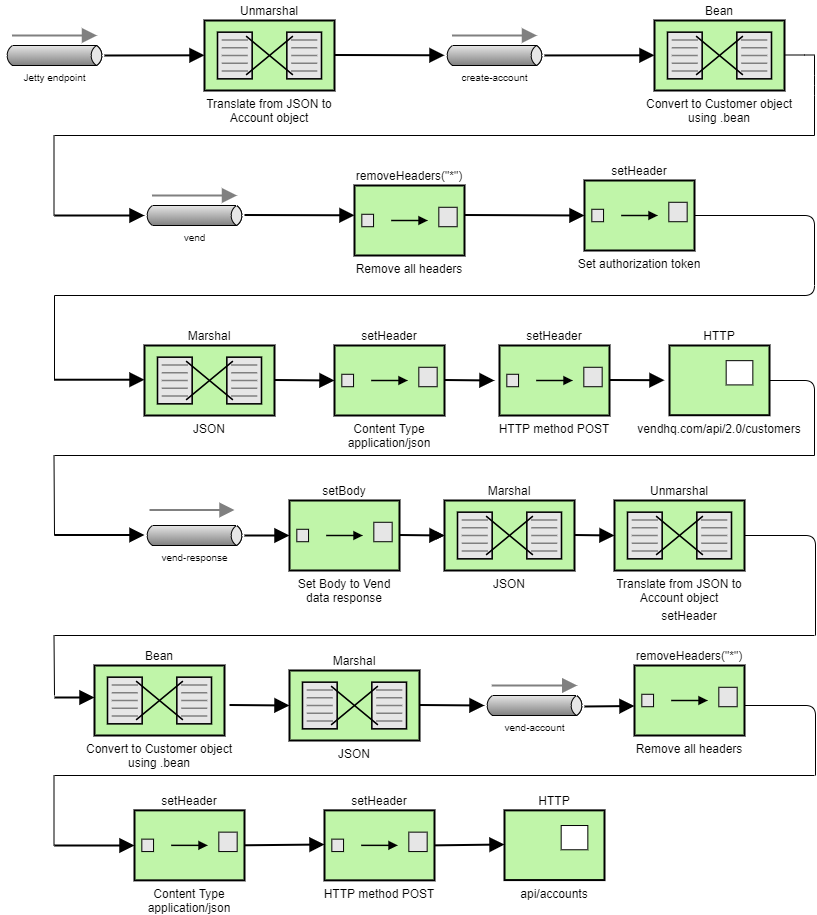
hugonzb/CamelRouter-Project keeps this draw.io diagram as CustomerAccountServiceEIP.png. Above is the earlier version. Source tidied: cells renumbered, new cells last; positions are measured from the earlier drawing's top-left corner, leaving out a move shared by most shapes.
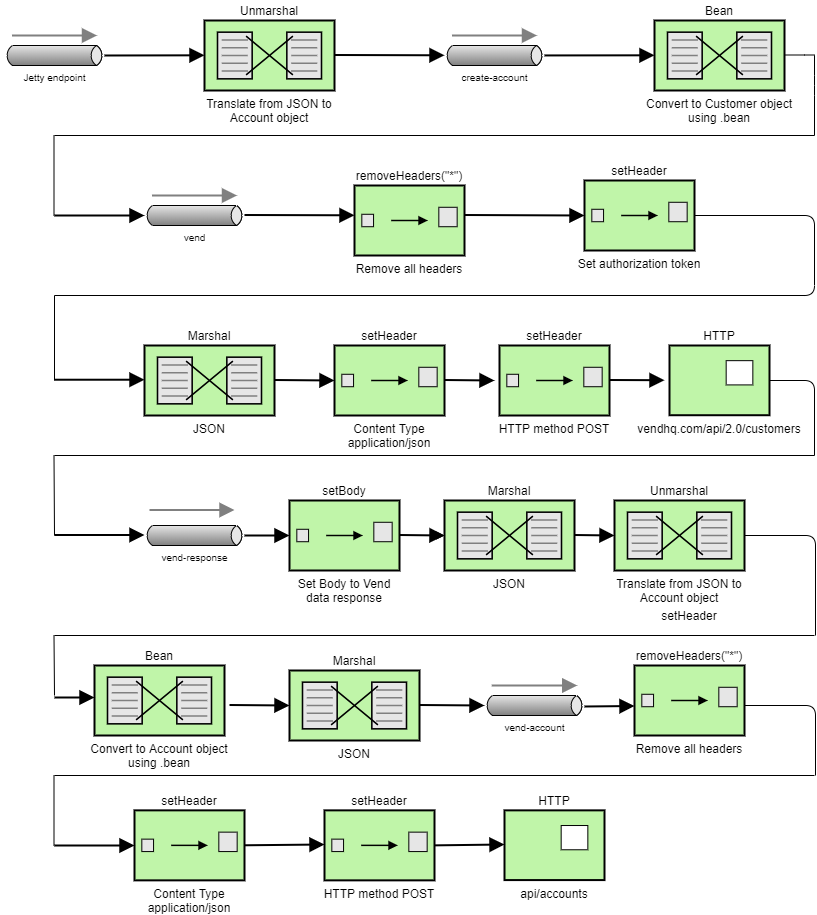
The same diagram one commit later.

Commit message:
Completed Customer Account Service EIP

What changed in the source:
```diff
@@ -232,7 +232,7 @@
     <mxCell id="46" value="Translate from JSON to&#10;Account object" style="strokeWidth=2;outlineConnect=0;dashed=0;align=center;fontSize=12;shape=mxgraph.eip.message_translator;fillColor=#c0f5a9;verticalLabelPosition=bottom;verticalAlign=top;labelPosition=center;" parent="1" vertex="1">
       <mxGeometry x="610" y="500" width="130" height="70" as="geometry" />
     </mxCell>
-    <mxCell id="47" value="Convert to Customer object&#10;using .bean" style="strokeWidth=2;dashed=0;align=center;fontSize=12;shape=mxgraph.eip.message_translator;fillColor=#c0f5a9;verticalLabelPosition=bottom;verticalAlign=top;labelPosition=center;" parent="1" vertex="1">
+    <mxCell id="47" value="Convert to Account object&#10;using .bean" style="strokeWidth=2;dashed=0;align=center;fontSize=12;shape=mxgraph.eip.message_translator;fillColor=#c0f5a9;verticalLabelPosition=bottom;verticalAlign=top;labelPosition=center;" parent="1" vertex="1">
       <mxGeometry x="90" y="665" width="130" height="70" as="geometry" />
     </mxCell>
     <mxCell id="48" value="JSON" style="strokeWidth=2;dashed=0;align=center;fontSize=12;shape=mxgraph.eip.message_translator;fillColor=#c0f5a9;verticalLabelPosition=bottom;verticalAlign=top;labelPosition=center;" parent="1" vertex="1">
```
